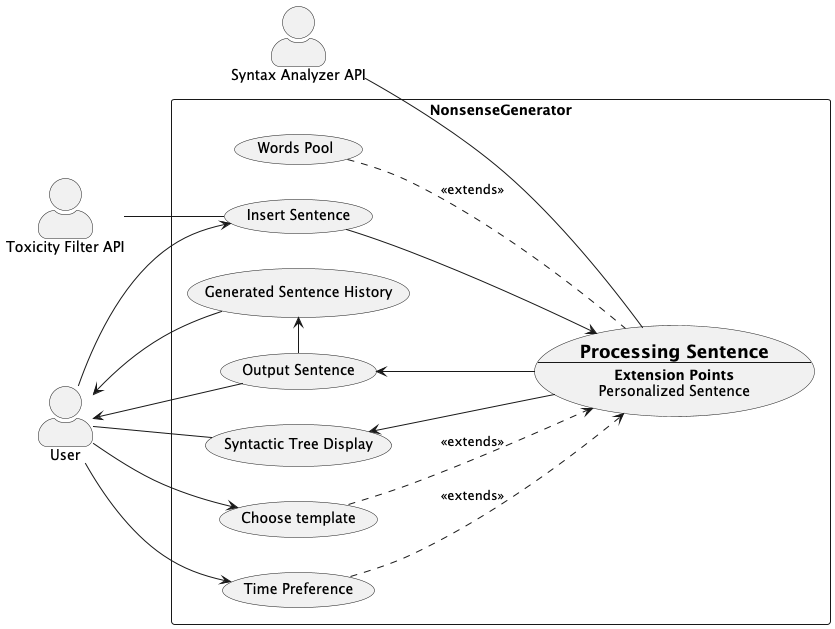
Earlier version of the PlantUML export site/images/usecasediagram.png (HGRM-Forge/nonsense-generator-docs).
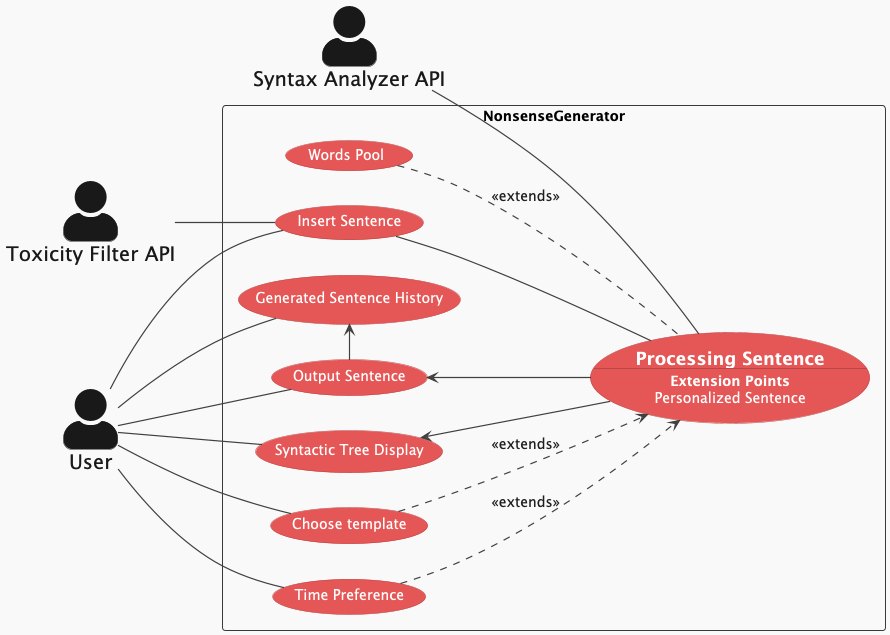
Above is the later version.

Change to the diagram source:
```diff
@@ -1,6 +1,23 @@
 @startuml
+!theme mars
 left to right direction
 skinparam actorStyle awesome
+skinparam actor{
+  style awesome
+  FontSize 20
+}
+skinparam Arrow{
+  Color #404040
+  FontColor #1f1f1f
+  FontSize 14
+  Thickness 1.2
+}
+
+skinparam usecase{
+    BackgroundColor #E55756
+    BorderColor #BA4645
+    FontColor #FFFFFF
+}
 
 :Toxicity Filter API:
 :Syntax Analyzer API:
@@ -17,17 +34,17 @@
 
 }
 :User:
-User --> (Insert Sentence)
-User <-- (Generated Sentence History)
-User --> (Time Preference)
-User --> (Choose template)
-User <-- (Output Sentence)
+User -- (Insert Sentence)
+User -- (Generated Sentence History)
+User -- (Time Preference)
+User -- (Choose template)
+User -- (Output Sentence)
 User -- (Syntactic Tree Display)
 
 (Output Sentence) -left-> (Generated Sentence History)
 
 
-(PrS) <-up- (Insert Sentence)
+(PrS) -up- (Insert Sentence)
 (PrS) -up-> (Output Sentence)
 (PrS) <.up. (Time Preference) : <<extends>>
 (PrS) <.up. (Choose template) : <<extends>>
```
